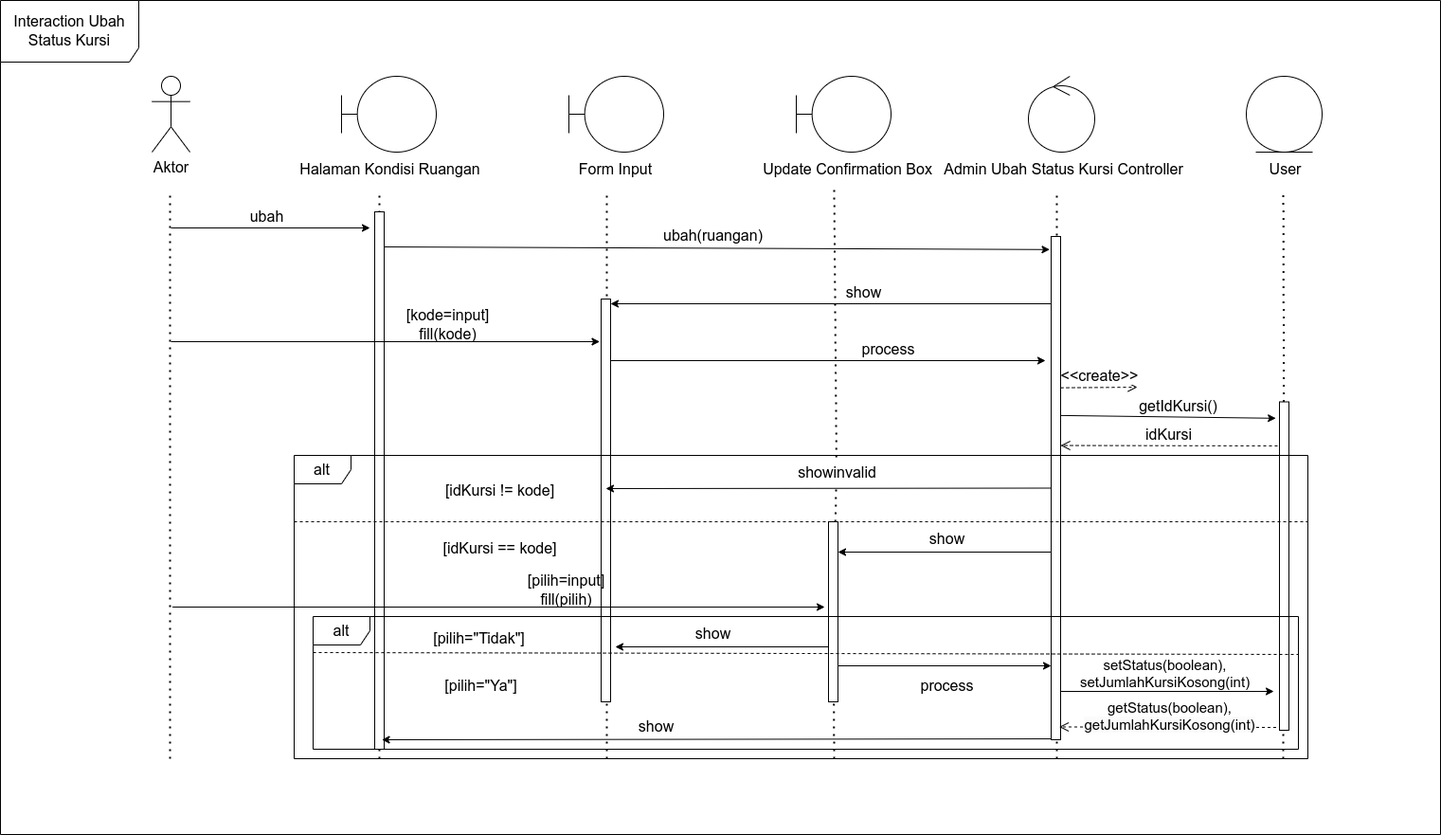
The draw.io diagram sd-Ubah_Status_Kursi.drawio.png in andrewsalim101/sequence-diagram-rkb, before a commit. Source tidied: cells renumbered, new cells last; positions are measured from the earlier drawing's top-left corner, leaving out a move shared by most shapes. Source of this version:
```xml
<mxGraphModel>
  <root>
    <mxCell id="0" />
    <mxCell id="1" parent="0" />
    <mxCell id="2" value="&lt;font style=&quot;font-size: 16px;&quot;&gt;Aktor&lt;/font&gt;" style="shape=umlActor;verticalLabelPosition=bottom;verticalAlign=top;html=1;" parent="1" vertex="1">
      <mxGeometry x="160" y="80" width="40" height="80" as="geometry" />
    </mxCell>
    <mxCell id="3" style="endArrow=none;dashed=1;html=1;dashPattern=1 3;strokeWidth=2;rounded=0;" parent="1" edge="1">
      <mxGeometry relative="1" as="geometry">
        <mxPoint x="179" y="800" as="sourcePoint" />
        <mxPoint x="179" y="200" as="targetPoint" />
      </mxGeometry>
    </mxCell>
    <mxCell id="4" style="shape=umlBoundary;whiteSpace=wrap;html=1;" parent="1" vertex="1">
      <mxGeometry x="360" y="80" width="100" height="80" as="geometry" />
    </mxCell>
    <mxCell id="5" value="Halaman Kondisi Ruangan" style="text;html=1;align=center;verticalAlign=middle;strokeColor=none;fillColor=none;fontSize=16;" parent="1" vertex="1">
      <mxGeometry x="307" y="162" width="208" height="31" as="geometry" />
    </mxCell>
    <mxCell id="6" style="shape=umlBoundary;whiteSpace=wrap;html=1;" parent="1" vertex="1">
      <mxGeometry x="600" y="80" width="100" height="80" as="geometry" />
    </mxCell>
    <mxCell id="7" value="Update Confirmation Box" style="text;html=1;align=center;verticalAlign=middle;strokeColor=none;fillColor=none;fontSize=16;" parent="1" vertex="1">
      <mxGeometry x="795" y="162" width="197" height="31" as="geometry" />
    </mxCell>
    <mxCell id="8" style="ellipse;shape=umlControl;whiteSpace=wrap;html=1;" parent="1" vertex="1">
      <mxGeometry x="1085" y="80" width="70" height="80" as="geometry" />
    </mxCell>
    <mxCell id="9" value="Admin Ubah Status Kursi Controller" style="text;html=1;align=center;verticalAlign=middle;strokeColor=none;fillColor=none;fontSize=16;" parent="1" vertex="1">
      <mxGeometry x="986" y="162" width="271" height="31" as="geometry" />
    </mxCell>
    <mxCell id="10" style="ellipse;shape=umlEntity;whiteSpace=wrap;html=1;" parent="1" vertex="1">
      <mxGeometry x="1315" y="80" width="80" height="80" as="geometry" />
    </mxCell>
    <mxCell id="11" value="User" style="text;html=1;align=center;verticalAlign=middle;strokeColor=none;fillColor=none;fontSize=16;" parent="1" vertex="1">
      <mxGeometry x="1330" y="162" width="52" height="31" as="geometry" />
    </mxCell>
    <mxCell id="12" style="endArrow=none;dashed=1;html=1;dashPattern=1 3;strokeWidth=2;rounded=0;" parent="1" edge="1">
      <mxGeometry relative="1" as="geometry">
        <mxPoint x="400" y="800" as="sourcePoint" />
        <mxPoint x="400" y="200" as="targetPoint" />
      </mxGeometry>
    </mxCell>
    <mxCell id="13" style="endArrow=none;dashed=1;html=1;dashPattern=1 3;strokeWidth=2;rounded=0;" parent="1" edge="1">
      <mxGeometry relative="1" as="geometry">
        <mxPoint x="640" y="800" as="sourcePoint" />
        <mxPoint x="640" y="200" as="targetPoint" />
      </mxGeometry>
    </mxCell>
    <mxCell id="14" style="endArrow=none;dashed=1;html=1;dashPattern=1 3;strokeWidth=2;rounded=0;" parent="1" edge="1">
      <mxGeometry relative="1" as="geometry">
        <mxPoint x="1115" y="800" as="sourcePoint" />
        <mxPoint x="1115" y="200" as="targetPoint" />
      </mxGeometry>
    </mxCell>
    <mxCell id="15" style="endArrow=none;dashed=1;html=1;dashPattern=1 3;strokeWidth=2;rounded=0;" parent="1" edge="1" source="44">
      <mxGeometry relative="1" as="geometry">
        <mxPoint x="1354.1" y="200" as="targetPoint" />
      </mxGeometry>
    </mxCell>
    <mxCell id="16" style="rounded=0;whiteSpace=wrap;html=1;" parent="1" vertex="1">
      <mxGeometry x="395" y="223" width="10" height="567" as="geometry" />
    </mxCell>
    <mxCell id="17" style="endArrow=classic;html=1;rounded=0;" parent="1" edge="1">
      <mxGeometry relative="1" as="geometry">
        <mxPoint x="180" y="240" as="sourcePoint" />
        <mxPoint x="390" y="240" as="targetPoint" />
      </mxGeometry>
    </mxCell>
    <mxCell id="18" value="ubah" style="text;html=1;align=center;verticalAlign=middle;strokeColor=none;fillColor=none;fontSize=16;" parent="1" vertex="1">
      <mxGeometry x="254" y="212" width="54" height="31" as="geometry" />
    </mxCell>
    <mxCell id="19" style="endArrow=classic;html=1;rounded=0;entryX=-0.15;entryY=0.026;entryDx=0;entryDy=0;entryPerimeter=0;" parent="1" edge="1" target="20">
      <mxGeometry relative="1" as="geometry">
        <mxPoint x="405" y="260" as="sourcePoint" />
      </mxGeometry>
    </mxCell>
    <mxCell id="20" style="rounded=0;whiteSpace=wrap;html=1;" parent="1" vertex="1">
      <mxGeometry x="1109" y="249" width="10" height="531" as="geometry" />
    </mxCell>
    <mxCell id="21" style="endArrow=classic;html=1;rounded=0;" parent="1" edge="1">
      <mxGeometry relative="1" as="geometry">
        <mxPoint x="1109" y="320" as="sourcePoint" />
        <mxPoint x="644" y="320" as="targetPoint" />
      </mxGeometry>
    </mxCell>
    <mxCell id="22" style="shape=umlBoundary;whiteSpace=wrap;html=1;" parent="1" vertex="1">
      <mxGeometry x="840" y="80" width="100" height="80" as="geometry" />
    </mxCell>
    <mxCell id="23" value="Form Input" style="text;html=1;align=center;verticalAlign=middle;strokeColor=none;fillColor=none;fontSize=16;" parent="1" vertex="1">
      <mxGeometry x="601" y="162" width="95" height="31" as="geometry" />
    </mxCell>
    <mxCell id="24" style="endArrow=none;dashed=1;html=1;dashPattern=1 3;strokeWidth=2;rounded=0;" parent="1" edge="1" source="59">
      <mxGeometry relative="1" as="geometry">
        <mxPoint x="880" y="200" as="targetPoint" />
      </mxGeometry>
    </mxCell>
    <mxCell id="25" style="rounded=0;whiteSpace=wrap;html=1;" parent="1" vertex="1">
      <mxGeometry x="634" y="315" width="10" height="425" as="geometry" />
    </mxCell>
    <mxCell id="26" style="endArrow=classic;html=1;rounded=0;" parent="1" edge="1">
      <mxGeometry relative="1" as="geometry">
        <mxPoint x="644" y="380" as="sourcePoint" />
        <mxPoint x="1103" y="380" as="targetPoint" />
      </mxGeometry>
    </mxCell>
    <mxCell id="27" style="endArrow=classic;html=1;rounded=0;" parent="1" edge="1">
      <mxGeometry relative="1" as="geometry">
        <mxPoint x="180" y="360" as="sourcePoint" />
        <mxPoint x="632.5" y="360" as="targetPoint" />
      </mxGeometry>
    </mxCell>
    <mxCell id="28" style="endArrow=classic;html=1;rounded=0;entryX=-0.386;entryY=0.05;entryDx=0;entryDy=0;entryPerimeter=0;" parent="1" edge="1" target="44">
      <mxGeometry relative="1" as="geometry">
        <mxPoint x="1119" y="437.9" as="sourcePoint" />
      </mxGeometry>
    </mxCell>
    <mxCell id="29" value="idKursi" style="html=1;verticalAlign=bottom;endArrow=open;dashed=1;endSize=8;edgeStyle=elbowEdgeStyle;elbow=vertical;curved=0;rounded=0;fontSize=16;" parent="1" edge="1" target="20">
      <mxGeometry relative="1" as="geometry">
        <mxPoint x="1348" y="470" as="sourcePoint" />
      </mxGeometry>
    </mxCell>
    <mxCell id="30" style="endArrow=classic;html=1;rounded=0;entryX=1;entryY=0.5;entryDx=0;entryDy=0;" parent="1" edge="1">
      <mxGeometry relative="1" as="geometry">
        <mxPoint x="1109" y="582" as="sourcePoint" />
        <mxPoint x="884" y="582" as="targetPoint" />
      </mxGeometry>
    </mxCell>
    <mxCell id="31" value="ubah(ruangan)" style="text;html=1;align=center;verticalAlign=middle;strokeColor=none;fillColor=none;fontSize=16;" parent="1" vertex="1">
      <mxGeometry x="691" y="232" width="123" height="31" as="geometry" />
    </mxCell>
    <mxCell id="32" value="show" style="text;html=1;align=center;verticalAlign=middle;strokeColor=none;fillColor=none;fontSize=16;" parent="1" vertex="1">
      <mxGeometry x="883" y="292" width="55" height="31" as="geometry" />
    </mxCell>
    <mxCell id="33" value="[kode=input]&lt;br style=&quot;font-size: 16px;&quot;&gt;fill(kode)" style="text;html=1;align=center;verticalAlign=middle;strokeColor=none;fillColor=none;fontSize=16;" parent="1" vertex="1">
      <mxGeometry x="419" y="317" width="106" height="50" as="geometry" />
    </mxCell>
    <mxCell id="34" value="&amp;lt;&amp;lt;create&amp;gt;&amp;gt;" style="html=1;verticalAlign=bottom;endArrow=open;dashed=1;endSize=8;edgeStyle=elbowEdgeStyle;elbow=vertical;curved=0;rounded=0;fontSize=16;" parent="1" edge="1">
      <mxGeometry relative="1" as="geometry">
        <mxPoint x="1119" y="408.7" as="sourcePoint" />
        <mxPoint x="1200" y="408.7" as="targetPoint" />
      </mxGeometry>
    </mxCell>
    <mxCell id="35" value="getIdKursi()" style="text;html=1;align=center;verticalAlign=middle;strokeColor=none;fillColor=none;fontSize=16;" parent="1" vertex="1">
      <mxGeometry x="1193" y="412" width="101" height="31" as="geometry" />
    </mxCell>
    <mxCell id="36" value="show" style="text;html=1;align=center;verticalAlign=middle;strokeColor=none;fillColor=none;fontSize=16;" parent="1" vertex="1">
      <mxGeometry x="971" y="552" width="55" height="31" as="geometry" />
    </mxCell>
    <mxCell id="37" value="[idKursi != kode]" style="text;html=1;align=center;verticalAlign=middle;strokeColor=none;fillColor=none;fontSize=16;" parent="1" vertex="1">
      <mxGeometry x="461" y="501.5" width="133" height="31" as="geometry" />
    </mxCell>
    <mxCell id="38" style="endArrow=classic;html=1;rounded=0;exitX=0;exitY=0.5;exitDx=0;exitDy=0;" parent="1" edge="1" source="20">
      <mxGeometry relative="1" as="geometry">
        <mxPoint x="639" y="515" as="targetPoint" />
      </mxGeometry>
    </mxCell>
    <mxCell id="39" value="[idKursi == kode]" style="text;html=1;align=center;verticalAlign=middle;strokeColor=none;fillColor=none;fontSize=16;" parent="1" vertex="1">
      <mxGeometry x="458" y="562" width="138" height="31" as="geometry" />
    </mxCell>
    <mxCell id="40" style="endArrow=classic;html=1;rounded=0;" parent="1" edge="1">
      <mxGeometry relative="1" as="geometry">
        <mxPoint x="181.5" y="640" as="sourcePoint" />
        <mxPoint x="870" y="640" as="targetPoint" />
      </mxGeometry>
    </mxCell>
    <mxCell id="41" value="[pilih=input]&lt;br style=&quot;font-size: 16px;&quot;&gt;fill(pilih)" style="text;html=1;align=center;verticalAlign=middle;strokeColor=none;fillColor=none;fontSize=16;" parent="1" vertex="1">
      <mxGeometry x="547" y="597" width="99" height="50" as="geometry" />
    </mxCell>
    <mxCell id="42" value="process" style="text;html=1;align=center;verticalAlign=middle;strokeColor=none;fillColor=none;fontSize=16;" parent="1" vertex="1">
      <mxGeometry x="900" y="352" width="74" height="31" as="geometry" />
    </mxCell>
    <mxCell id="43" style="endArrow=none;dashed=1;html=1;dashPattern=1 3;strokeWidth=2;rounded=0;" parent="1" edge="1" target="44">
      <mxGeometry relative="1" as="geometry">
        <mxPoint x="1354" y="800" as="sourcePoint" />
      </mxGeometry>
    </mxCell>
    <mxCell id="44" style="rounded=0;whiteSpace=wrap;html=1;" parent="1" vertex="1">
      <mxGeometry x="1350" y="423.5" width="10" height="346.5" as="geometry" />
    </mxCell>
    <mxCell id="45" style="endArrow=none;dashed=1;html=1;dashPattern=1 3;strokeWidth=2;rounded=0;" parent="1" edge="1" target="46">
      <mxGeometry relative="1" as="geometry">
        <mxPoint x="880" y="800" as="sourcePoint" />
      </mxGeometry>
    </mxCell>
    <mxCell id="46" style="rounded=0;whiteSpace=wrap;html=1;" parent="1" vertex="1">
      <mxGeometry x="874" y="550" width="10" height="190" as="geometry" />
    </mxCell>
    <mxCell id="47" style="endArrow=classic;html=1;rounded=0;entryX=1;entryY=0.5;entryDx=0;entryDy=0;" parent="1" edge="1">
      <mxGeometry relative="1" as="geometry">
        <mxPoint x="874" y="682" as="sourcePoint" />
        <mxPoint x="649" y="682" as="targetPoint" />
      </mxGeometry>
    </mxCell>
    <mxCell id="48" value="show" style="text;html=1;align=center;verticalAlign=middle;strokeColor=none;fillColor=none;fontSize=16;" parent="1" vertex="1">
      <mxGeometry x="724" y="652" width="55" height="31" as="geometry" />
    </mxCell>
    <mxCell id="49" value="[pilih=&quot;Tidak&quot;]" style="text;html=1;align=center;verticalAlign=middle;strokeColor=none;fillColor=none;fontSize=16;" parent="1" vertex="1">
      <mxGeometry x="447" y="657" width="115" height="31" as="geometry" />
    </mxCell>
    <mxCell id="50" style="endArrow=classic;html=1;rounded=0;entryX=1;entryY=0.5;entryDx=0;entryDy=0;" parent="1" edge="1">
      <mxGeometry relative="1" as="geometry">
        <mxPoint x="884" y="702" as="sourcePoint" />
        <mxPoint x="1109" y="702" as="targetPoint" />
      </mxGeometry>
    </mxCell>
    <mxCell id="51" value="process" style="text;html=1;align=center;verticalAlign=middle;strokeColor=none;fillColor=none;fontSize=16;" parent="1" vertex="1">
      <mxGeometry x="962" y="707" width="74" height="31" as="geometry" />
    </mxCell>
    <mxCell id="52" style="endArrow=classic;html=1;rounded=0;entryX=0.75;entryY=1;entryDx=0;entryDy=0;" parent="1" edge="1">
      <mxGeometry relative="1" as="geometry">
        <mxPoint x="1109" y="779" as="sourcePoint" />
        <mxPoint x="402.5" y="780" as="targetPoint" />
      </mxGeometry>
    </mxCell>
    <mxCell id="53" value="show" style="text;html=1;align=center;verticalAlign=middle;strokeColor=none;fillColor=none;fontSize=16;" parent="1" vertex="1">
      <mxGeometry x="664" y="750" width="55" height="31" as="geometry" />
    </mxCell>
    <mxCell id="54" style="endArrow=classic;html=1;rounded=0;entryX=1;entryY=0.5;entryDx=0;entryDy=0;" parent="1" edge="1">
      <mxGeometry relative="1" as="geometry">
        <mxPoint x="1119" y="729" as="sourcePoint" />
        <mxPoint x="1344" y="729" as="targetPoint" />
      </mxGeometry>
    </mxCell>
    <mxCell id="55" value="setStatus(boolean), &lt;br style=&quot;font-size: 15px;&quot;&gt;setJumlahKursiKosong(int)" style="text;html=1;align=center;verticalAlign=middle;strokeColor=none;fillColor=none;fontSize=15;" parent="1" vertex="1">
      <mxGeometry x="1130" y="686" width="197" height="48" as="geometry" />
    </mxCell>
    <mxCell id="56" value="[pilih=&quot;Ya&quot;]" style="text;html=1;align=center;verticalAlign=middle;strokeColor=none;fillColor=none;fontSize=16;" parent="1" vertex="1">
      <mxGeometry x="460" y="707" width="94" height="31" as="geometry" />
    </mxCell>
    <mxCell id="57" value="getStatus(boolean),&lt;br style=&quot;border-color: var(--border-color); font-size: 15px; background-color: rgb(251, 251, 251);&quot;&gt;&lt;span style=&quot;font-size: 15px; background-color: rgb(251, 251, 251);&quot;&gt;getJumlahKursiKosong(int)&lt;/span&gt;" style="html=1;verticalAlign=bottom;endArrow=open;dashed=1;endSize=8;edgeStyle=elbowEdgeStyle;elbow=vertical;curved=0;rounded=0;fontSize=15;" parent="1" edge="1">
      <mxGeometry x="-0.02" y="10" relative="1" as="geometry">
        <mxPoint x="1346.5" y="767" as="sourcePoint" />
        <mxPoint x="1117.5" y="767" as="targetPoint" />
        <mxPoint x="-1" as="offset" />
      </mxGeometry>
    </mxCell>
    <mxCell id="58" style="endArrow=none;dashed=1;html=1;dashPattern=1 3;strokeWidth=2;rounded=0;" parent="1" edge="1" source="46" target="59">
      <mxGeometry relative="1" as="geometry" />
    </mxCell>
    <mxCell id="59" value="showinvalid" style="text;html=1;align=center;verticalAlign=middle;points=[];strokeColor=none;fillColor=none;fontSize=16;" parent="1" vertex="1">
      <mxGeometry x="832" y="482" width="101" height="31" as="geometry" />
    </mxCell>
    <mxCell id="60" value="alt" style="shape=umlFrame;whiteSpace=wrap;html=1;fontSize=16;" parent="1" vertex="1">
      <mxGeometry x="310" y="480" width="1070" height="320" as="geometry" />
    </mxCell>
    <mxCell id="61" style="endArrow=none;dashed=1;html=1;rounded=0;" parent="1" edge="1">
      <mxGeometry relative="1" as="geometry">
        <mxPoint x="310" y="550" as="sourcePoint" />
        <mxPoint x="1380" y="550" as="targetPoint" />
      </mxGeometry>
    </mxCell>
    <mxCell id="62" value="alt" style="shape=umlFrame;whiteSpace=wrap;html=1;fontSize=16;" parent="1" vertex="1">
      <mxGeometry x="330" y="650" width="1040" height="140" as="geometry" />
    </mxCell>
    <mxCell id="63" style="endArrow=none;dashed=1;html=1;rounded=0;" parent="1" edge="1">
      <mxGeometry relative="1" as="geometry">
        <mxPoint x="330" y="688" as="sourcePoint" />
        <mxPoint x="1370" y="690" as="targetPoint" />
      </mxGeometry>
    </mxCell>
    <mxCell id="64" value="Interaction Ubah Status Kursi" style="shape=umlFrame;whiteSpace=wrap;html=1;width=146;height=65;fontSize=16;" parent="1" vertex="1">
      <mxGeometry width="1520" height="880" as="geometry" />
    </mxCell>
  </root>
</mxGraphModel>
```
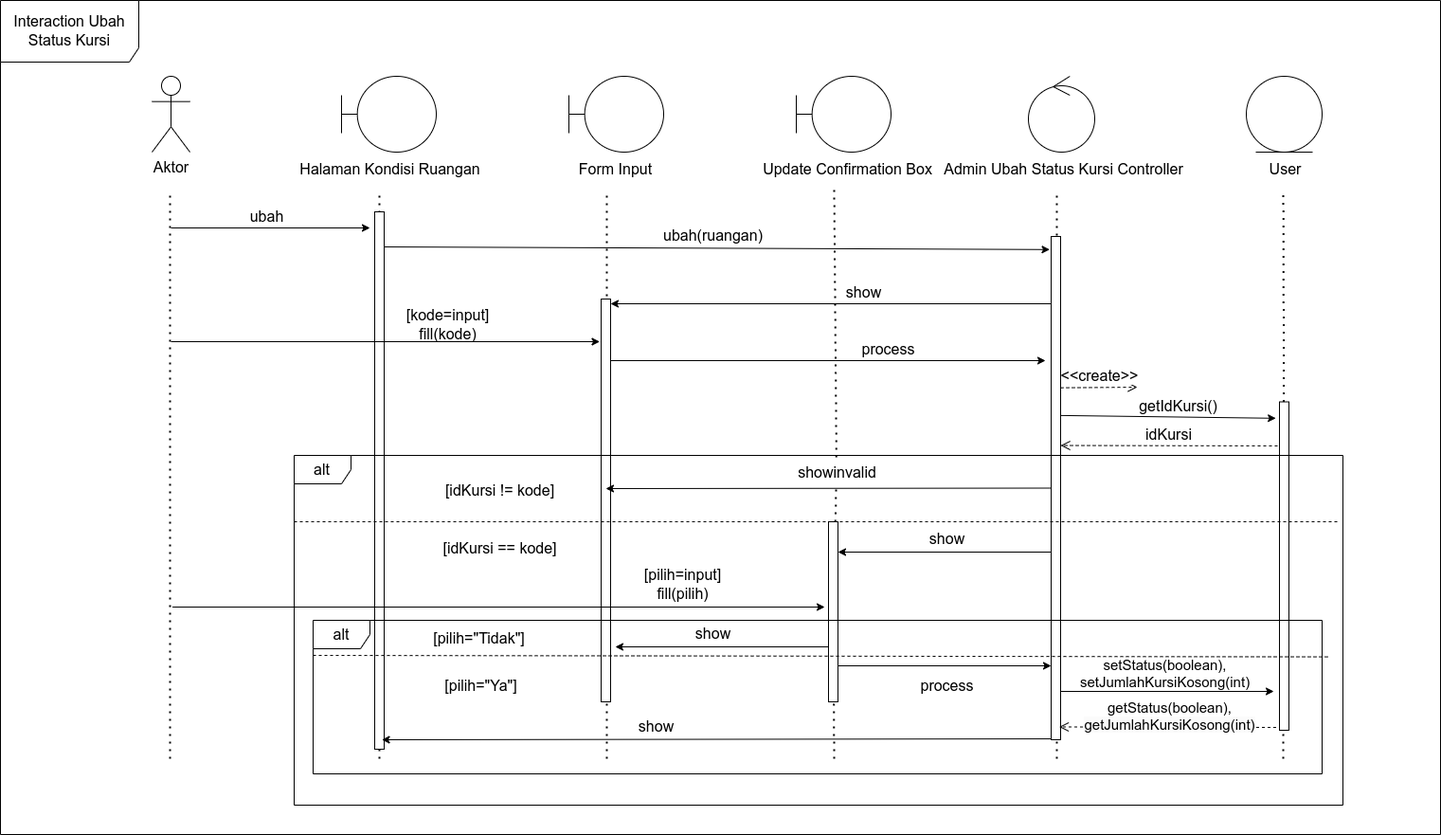
The same diagram one commit later.

Change to the diagram source:
```diff
@@ -165,7 +165,7 @@
       </mxGeometry>
     </mxCell>
     <mxCell id="41" value="[pilih=input]&lt;br style=&quot;font-size: 16px;&quot;&gt;fill(pilih)" style="text;html=1;align=center;verticalAlign=middle;strokeColor=none;fillColor=none;fontSize=16;" parent="1" vertex="1">
-      <mxGeometry x="547" y="597" width="99" height="50" as="geometry" />
+      <mxGeometry x="670" y="591" width="99" height="50" as="geometry" />
     </mxCell>
     <mxCell id="42" value="process" style="text;html=1;align=center;verticalAlign=middle;strokeColor=none;fillColor=none;fontSize=16;" parent="1" vertex="1">
       <mxGeometry x="900" y="352" width="74" height="31" as="geometry" />
@@ -242,21 +242,21 @@
       <mxGeometry x="832" y="482" width="101" height="31" as="geometry" />
     </mxCell>
     <mxCell id="60" value="alt" style="shape=umlFrame;whiteSpace=wrap;html=1;fontSize=16;" parent="1" vertex="1">
-      <mxGeometry x="310" y="480" width="1070" height="320" as="geometry" />
+      <mxGeometry x="310" y="480" width="1107" height="369" as="geometry" />
     </mxCell>
     <mxCell id="61" style="endArrow=none;dashed=1;html=1;rounded=0;" parent="1" edge="1">
       <mxGeometry relative="1" as="geometry">
         <mxPoint x="310" y="550" as="sourcePoint" />
-        <mxPoint x="1380" y="550" as="targetPoint" />
+        <mxPoint x="1414" y="550" as="targetPoint" />
       </mxGeometry>
     </mxCell>
     <mxCell id="62" value="alt" style="shape=umlFrame;whiteSpace=wrap;html=1;fontSize=16;" parent="1" vertex="1">
-      <mxGeometry x="330" y="650" width="1040" height="140" as="geometry" />
+      <mxGeometry x="330" y="654" width="1065" height="162" as="geometry" />
     </mxCell>
-    <mxCell id="63" style="endArrow=none;dashed=1;html=1;rounded=0;" parent="1" edge="1">
+    <mxCell id="63" style="endArrow=none;dashed=1;html=1;rounded=0;entryX=1.006;entryY=0.179;entryDx=0;entryDy=0;entryPerimeter=0;" parent="1" edge="1">
       <mxGeometry relative="1" as="geometry">
-        <mxPoint x="330" y="688" as="sourcePoint" />
-        <mxPoint x="1370" y="690" as="targetPoint" />
+        <mxPoint x="330" y="691" as="sourcePoint" />
+        <mxPoint x="1401.4" y="692.6" as="targetPoint" />
       </mxGeometry>
     </mxCell>
     <mxCell id="64" value="Interaction Ubah Status Kursi" style="shape=umlFrame;whiteSpace=wrap;html=1;width=146;height=65;fontSize=16;" parent="1" vertex="1">
```
